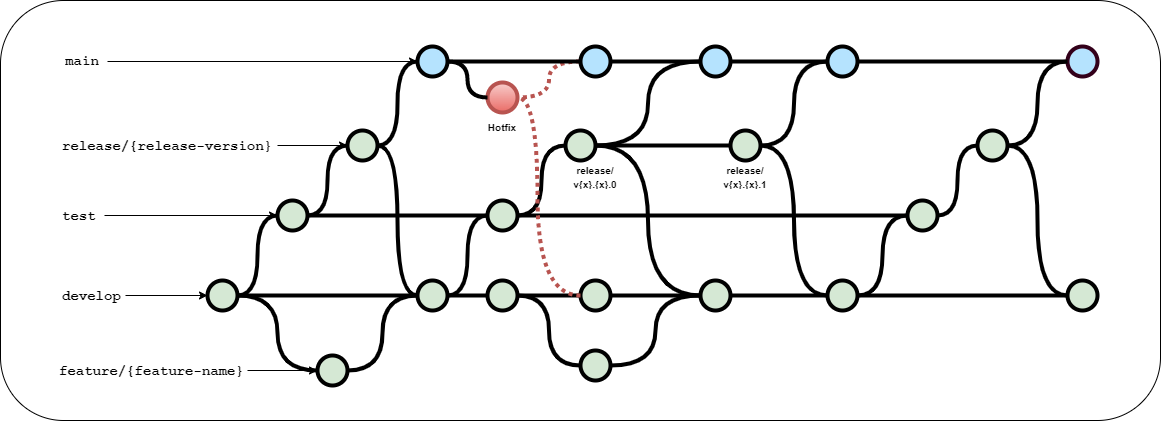
Before: readme-assets/git-model.png, a diagram exported from draw.io (geektechniquestudios/ChessWager). Source tidied: cells renumbered, new cells last; positions are measured from the earlier drawing's top-left corner, leaving out a move shared by most shapes.
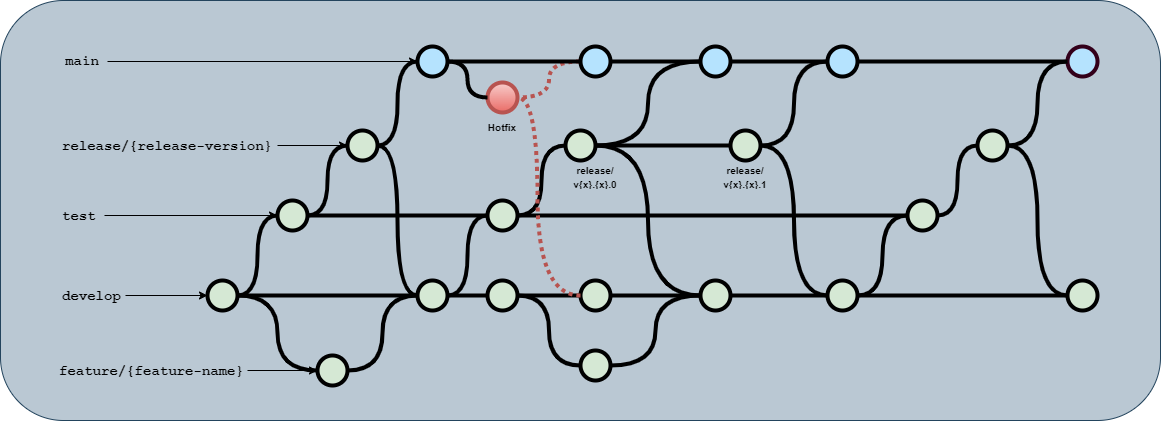
The same diagram one commit later.

Change to the diagram source:
```diff
@@ -2,7 +2,7 @@
   <root>
     <mxCell id="0" />
     <mxCell id="1" parent="0" />
-    <mxCell id="2" style="rounded=1;whiteSpace=wrap;html=1;fontSize=10;glass=0;" parent="1" vertex="1">
+    <mxCell id="2" style="rounded=1;whiteSpace=wrap;html=1;fontSize=10;glass=0;fillColor=#bac8d3;strokeColor=#23445d;" parent="1" vertex="1">
       <mxGeometry width="1160" height="420" as="geometry" />
     </mxCell>
     <mxCell id="3" value="&lt;font style=&quot;font-size: 10px&quot;&gt;&lt;b&gt;Hotfix&lt;/b&gt;&lt;/font&gt;" style="text;html=1;strokeColor=none;fillColor=none;align=center;verticalAlign=middle;whiteSpace=wrap;overflow=hidden;" parent="1" vertex="1">
```
